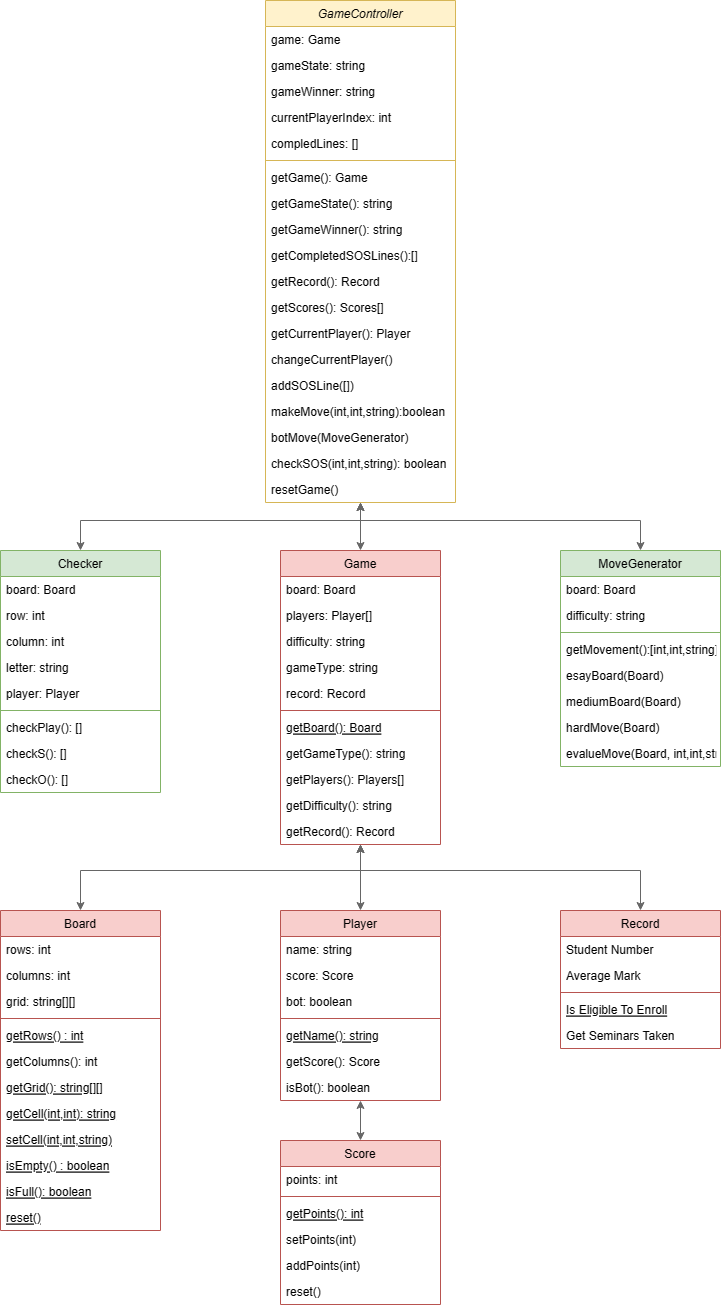
Earlier version of the draw.io export public/images/diagram.png (Jhonnatan1806/SOS-Game). Source tidied: cells renumbered, new cells last; positions are measured from the earlier drawing's top-left corner, leaving out a move shared by most shapes.
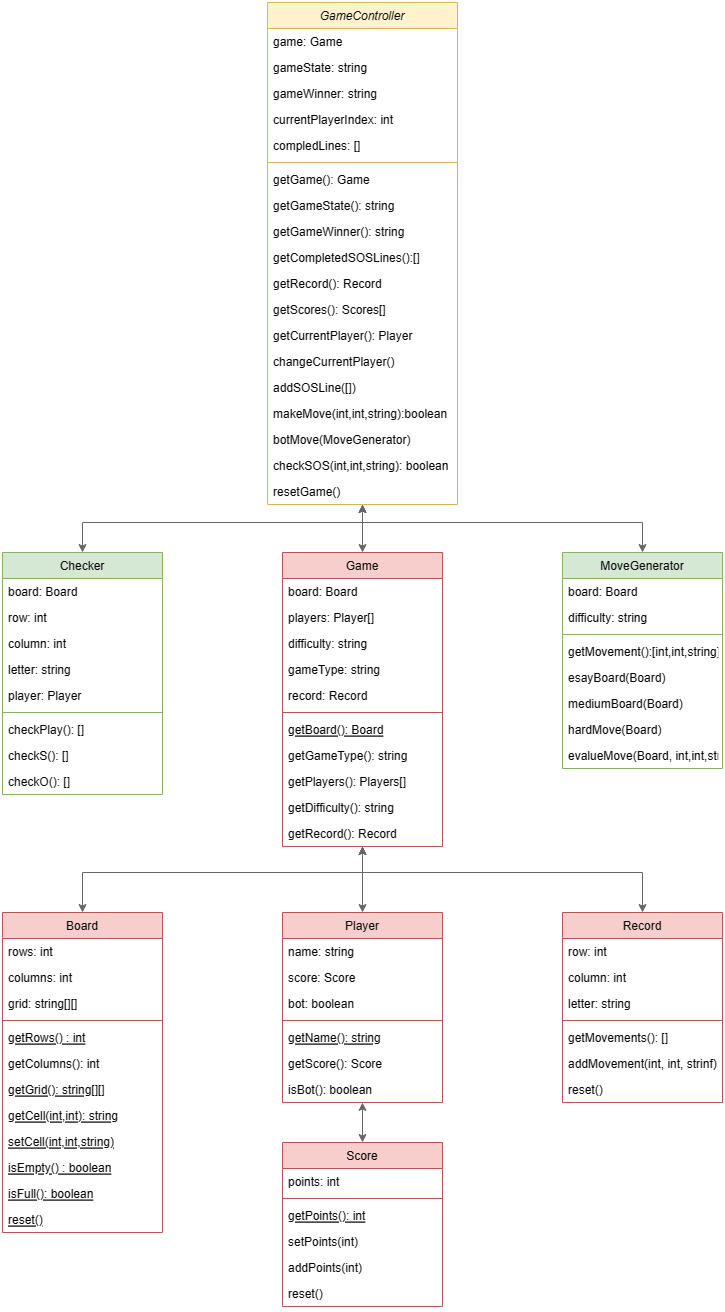
After the change.

Change to the diagram source:
```diff
@@ -240,23 +240,29 @@
       <mxGeometry y="138" width="160" height="26" as="geometry" />
     </mxCell>
     <mxCell id="81" value="Record" style="swimlane;fontStyle=0;align=center;verticalAlign=top;horizontal=1;startSize=26;rounded=0;shadow=0;strokeWidth=1;fillColor=#f8cecc;strokeColor=#b85450;" parent="1" vertex="1">
-      <mxGeometry x="560" y="910" width="160" height="138" as="geometry" />
+      <mxGeometry x="560" y="910" width="160" height="190" as="geometry" />
     </mxCell>
-    <mxCell id="82" value="Student Number" style="text;align=left;verticalAlign=top;spacingLeft=4;spacingRight=4;overflow=hidden;" parent="81" vertex="1">
+    <mxCell id="82" value="row: int" style="text;align=left;verticalAlign=top;spacingLeft=4;spacingRight=4;overflow=hidden;" parent="81" vertex="1">
       <mxGeometry y="26" width="160" height="26" as="geometry" />
     </mxCell>
+    <mxCell id="94" value="column: int" style="text;align=left;verticalAlign=top;spacingLeft=4;spacingRight=4;overflow=hidden;" parent="81" vertex="1">
+      <mxGeometry y="52" width="160" height="26" as="geometry" />
+    </mxCell>
-    <mxCell id="83" value="Average Mark" style="text;align=left;verticalAlign=top;spacingLeft=4;spacingRight=4;overflow=hidden;rounded=0;shadow=0;html=0;" parent="81" vertex="1">
-      <mxGeometry y="52" width="160" height="26" as="geometry" />
+    <mxCell id="83" value="letter: string" style="text;align=left;verticalAlign=top;spacingLeft=4;spacingRight=4;overflow=hidden;rounded=0;shadow=0;html=0;" parent="81" vertex="1">
+      <mxGeometry y="78" width="160" height="26" as="geometry" />
     </mxCell>
     <mxCell id="84" style="line;html=1;strokeWidth=1;align=left;verticalAlign=middle;spacingTop=-1;spacingLeft=3;spacingRight=3;labelPosition=right;fillColor=#f8cecc;strokeColor=#b85450;" parent="81" vertex="1">
-      <mxGeometry y="78" width="160" height="8" as="geometry" />
+      <mxGeometry y="104" width="160" height="8" as="geometry" />
     </mxCell>
-    <mxCell id="85" value="Is Eligible To Enroll" style="text;align=left;verticalAlign=top;spacingLeft=4;spacingRight=4;overflow=hidden;fontStyle=4;" parent="81" vertex="1">
-      <mxGeometry y="86" width="160" height="26" as="geometry" />
-    </mxCell>
-    <mxCell id="86" value="Get Seminars Taken" style="text;align=left;verticalAlign=top;spacingLeft=4;spacingRight=4;overflow=hidden;" parent="81" vertex="1">
+    <mxCell id="86" value="getMovements(): []" style="text;align=left;verticalAlign=top;spacingLeft=4;spacingRight=4;overflow=hidden;" parent="81" vertex="1">
       <mxGeometry y="112" width="160" height="26" as="geometry" />
     </mxCell>
+    <mxCell id="95" value="addMovement(int, int, strinf)" style="text;align=left;verticalAlign=top;spacingLeft=4;spacingRight=4;overflow=hidden;" parent="81" vertex="1">
+      <mxGeometry y="138" width="160" height="26" as="geometry" />
+    </mxCell>
+    <mxCell id="96" value="reset()" style="text;align=left;verticalAlign=top;spacingLeft=4;spacingRight=4;overflow=hidden;" parent="81" vertex="1">
+      <mxGeometry y="164" width="160" height="26" as="geometry" />
+    </mxCell>
     <mxCell id="87" style="endArrow=classic;html=1;rounded=0;startArrow=classic;startFill=1;fillColor=#f5f5f5;strokeColor=#666666;" parent="1" edge="1" source="22" target="2">
       <mxGeometry relative="1" as="geometry">
         <Array as="points">
```
